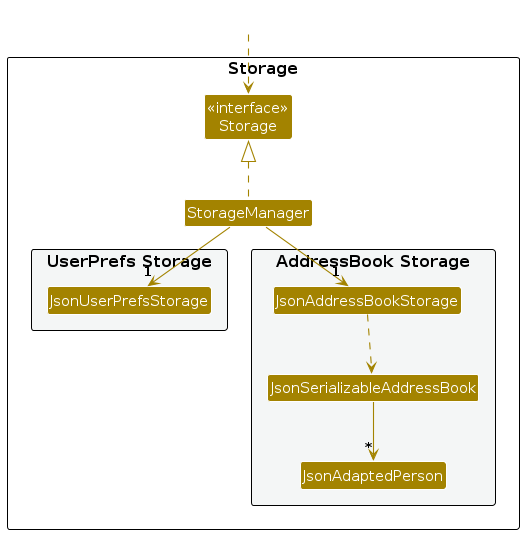
Before: diagrams/StorageClassDiagram.png, a diagram exported from PlantUML (AY2627S1-CS2103T-W14-2/tp). Its source is kept beside it as diagrams/StorageClassDiagram.puml.
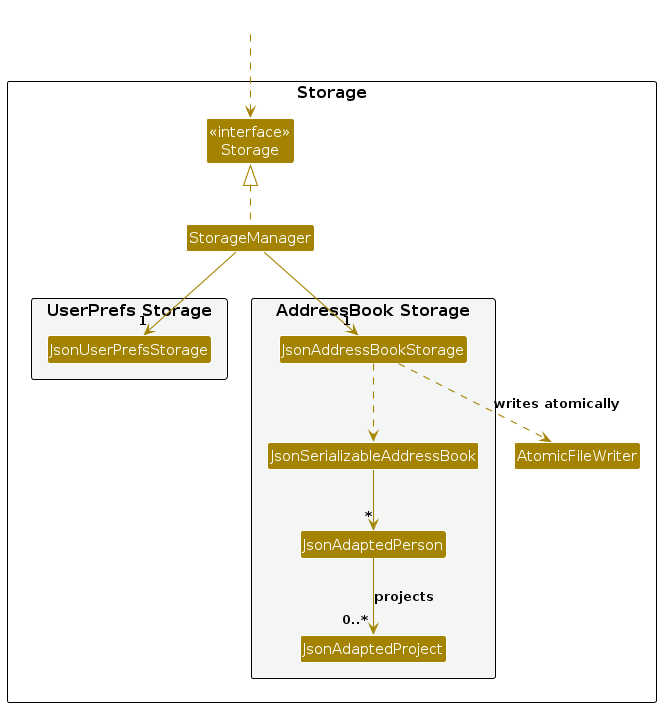
Later version of the same file.

Change to the diagram source:
```diff
@@ -8,6 +8,7 @@
 
 Class "<<interface>>\nStorage" as Storage
 Class StorageManager
+Class AtomicFileWriter
 
 package "UserPrefs Storage" #F4F6F6{
 Class JsonUserPrefsStorage
@@ -17,6 +18,7 @@
 Class JsonAddressBookStorage
 Class JsonSerializableAddressBook
 Class JsonAdaptedPerson
+Class JsonAdaptedProject
 }
 
 }
@@ -29,6 +31,8 @@
 StorageManager -down-> "1" JsonAddressBookStorage
 
 JsonAddressBookStorage ..> JsonSerializableAddressBook
+JsonAddressBookStorage ..> AtomicFileWriter : writes atomically
 JsonSerializableAddressBook --> "*" JsonAdaptedPerson
+JsonAdaptedPerson --> "0..*" JsonAdaptedProject : projects
 
 @enduml
```
